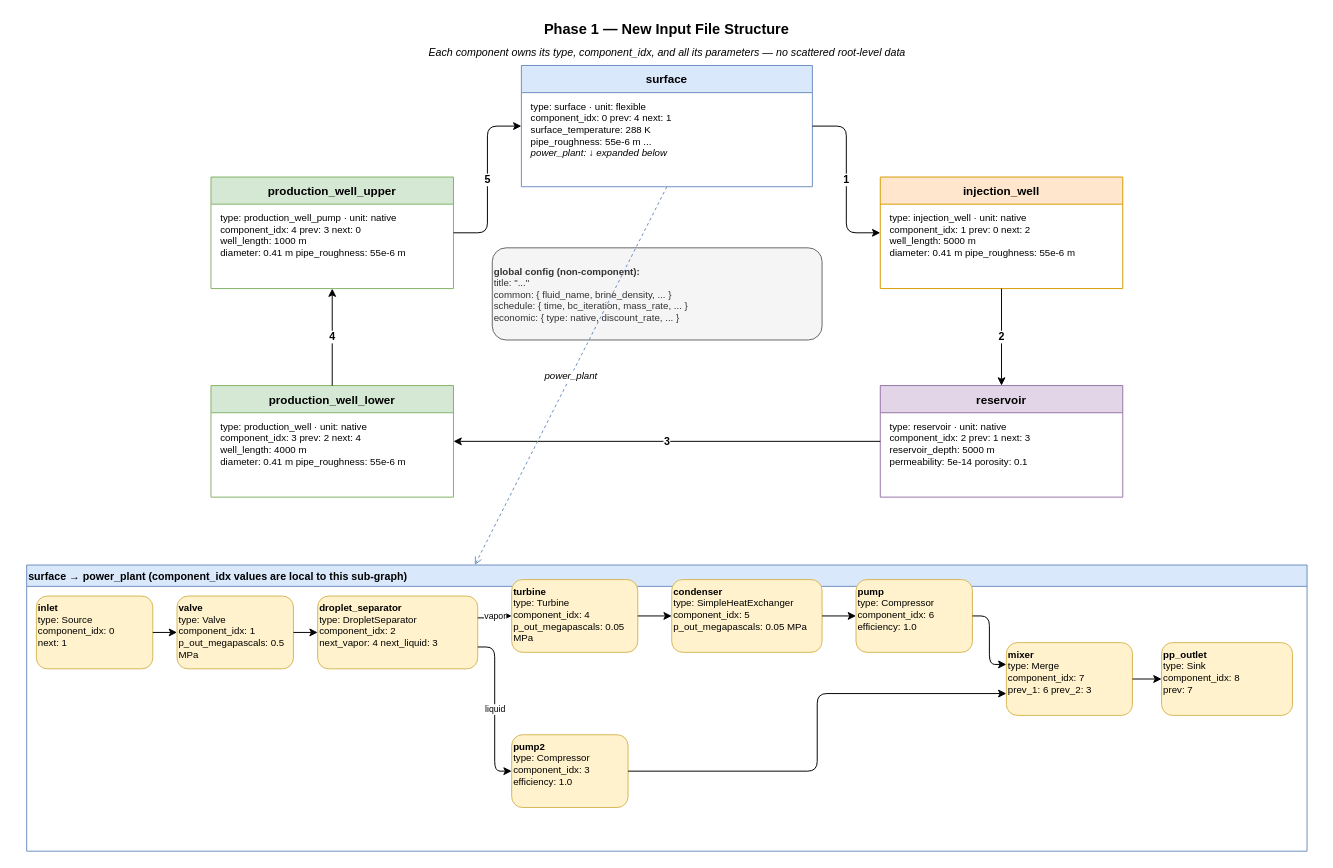
This is docs/diagrams/src/phase1_new_input_file_structure.drawio from GEG-ETHZ/TANGO-core, a draw.io file, before an edit. Source tidied: cells renumbered, new cells numbered last; positions are measured from the earlier drawing's top-left corner, leaving out a move shared by most shapes. Both pictures are drawn from the tidied source at 97%, with x=0, y=0 at pixel (16, 16).
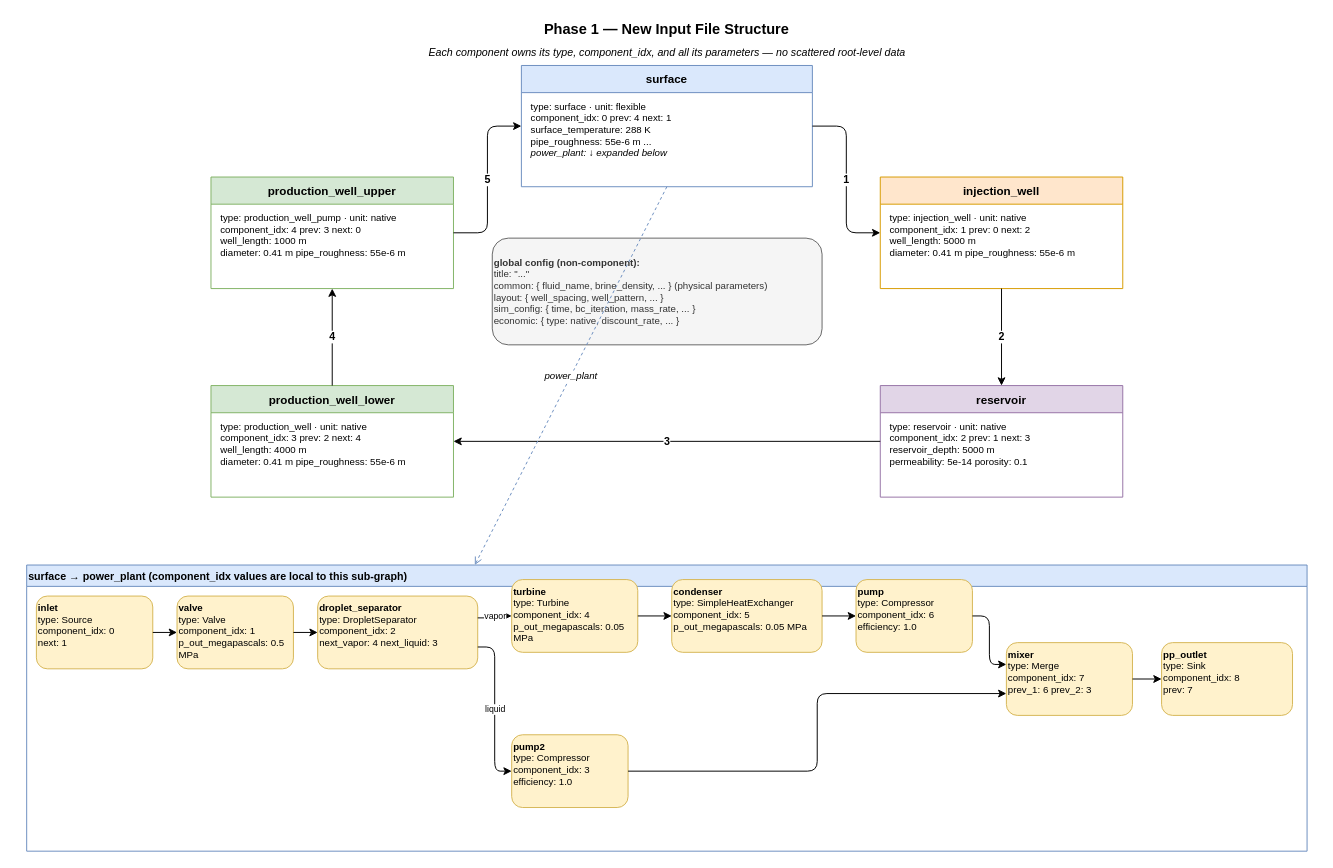
After the change.

The edit, as a diff of the source:
```diff
@@
-    <mxCell id="14" value="&lt;b&gt;global config (non-component):&lt;/b&gt;&lt;br&gt;title:  &quot;...&quot;&lt;br&gt;common:  { fluid_name, brine_density, ... }&lt;br&gt;schedule:  { time, bc_iteration, mass_rate, ... }&lt;br&gt;economic:  { type: native, discount_rate, ... }" style="rounded=1;whiteSpace=wrap;html=1;fillColor=#f5f5f5;strokeColor=#666666;fontColor=#333333;fontSize=10;align=left;" parent="1" vertex="1">
-      <mxGeometry x="490" y="238" width="340" height="95" as="geometry" />
+    <mxCell id="14" value="&lt;b&gt;global config (non-component):&lt;/b&gt;&lt;br&gt;title:  &quot;...&quot;&lt;br&gt;common:  { fluid_name, brine_density, ... }  (physical parameters)&lt;br&gt;layout:  { well_spacing, well_pattern, ... }&lt;br&gt;sim_config:  { time, bc_iteration, mass_rate, ... }&lt;br&gt;economic:  { type: native, discount_rate, ... }" style="rounded=1;whiteSpace=wrap;html=1;fillColor=#f5f5f5;strokeColor=#666666;fontColor=#333333;fontSize=10;align=left;" parent="1" vertex="1">
+      <mxGeometry x="490" y="228" width="340" height="110" as="geometry" />
     </mxCell>
```
